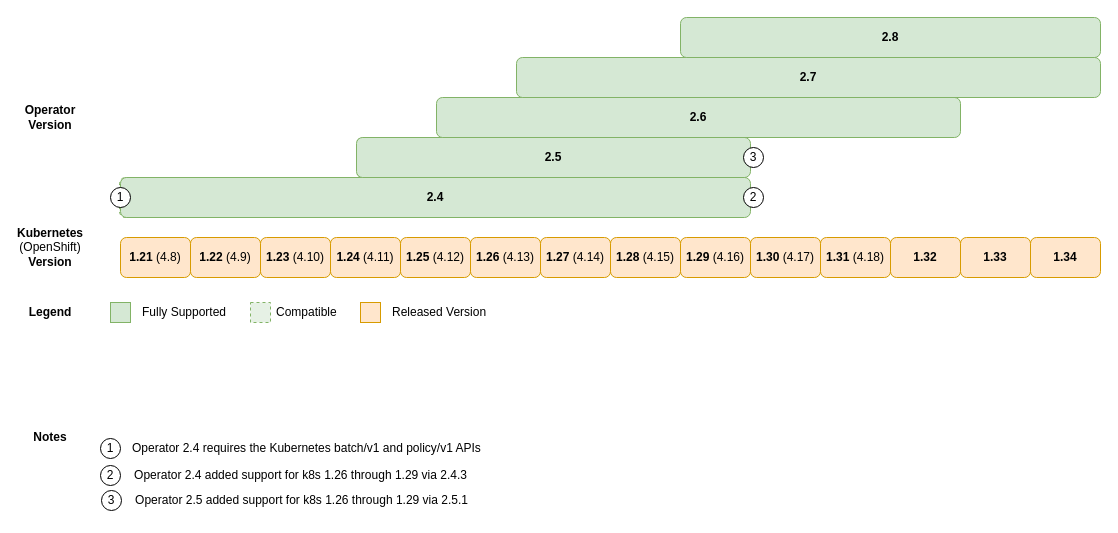
This is page "Compat Kuberentes" (1 of 3) of drawio-charts/k8s-compat.drawio from couchbase/docs-operator, a draw.io file, before an edit. Source tidied: cells renumbered, new cells numbered last; positions are measured from the earlier drawing's top-left corner, leaving out a move shared by most shapes. Both pictures are drawn from the tidied source at 100%, with x=0, y=0 at pixel (20, 17).
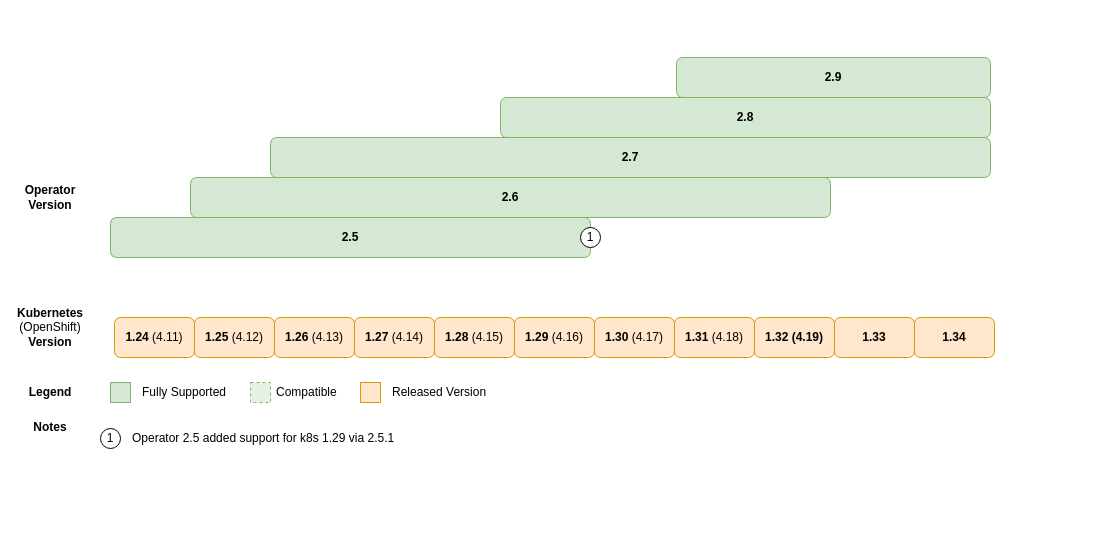
The same diagram, later.

Change to the diagram source:
```diff
@@
-    <mxCell id="2" style="rounded=1;whiteSpace=wrap;html=1;fillColor=#d5e8d4;strokeColor=#82b366;fillOpacity=60;dashed=1;" parent="1" vertex="1">
-      <mxGeometry x="99" y="160" width="397" height="40" as="geometry" />
-    </mxCell>
     <mxCell id="3" style="rounded=1;whiteSpace=wrap;html=1;fillColor=#d5e8d4;strokeColor=#82b366;fillOpacity=60;dashed=1;" parent="1" vertex="1">
-      <mxGeometry x="336" y="120" width="320" height="40" as="geometry" />
+      <mxGeometry x="90" y="200" width="320" height="40" as="geometry" />
     </mxCell>
-    <mxCell id="4" style="rounded=1;whiteSpace=wrap;html=1;fillColor=#d5e8d4;strokeColor=#82b366;fillOpacity=60;dashed=1;" parent="1" vertex="1">
-      <mxGeometry x="101" y="160" width="319" height="40" as="geometry" />
-    </mxCell>
-    <mxCell id="5" value="&lt;div&gt;&lt;b&gt;1.21&lt;/b&gt; (4.8)&lt;/div&gt;" style="rounded=1;whiteSpace=wrap;html=1;fillColor=#ffe6cc;strokeColor=#d79b00;" parent="1" vertex="1">
-      <mxGeometry x="100" y="220" width="70" height="40" as="geometry" />
-    </mxCell>
     <mxCell id="6" value="&lt;div&gt;&lt;b&gt;Operator&lt;/b&gt;&lt;/div&gt;&lt;div&gt;&lt;b&gt;Version&lt;br&gt;&lt;/b&gt;&lt;/div&gt;" style="text;html=1;strokeColor=none;fillColor=none;align=center;verticalAlign=middle;whiteSpace=wrap;rounded=0;rotation=0;" parent="1" vertex="1">
-      <mxGeometry x="10" y="90" width="40" height="20" as="geometry" />
+      <mxGeometry x="10" y="170" width="40" height="20" as="geometry" />
     </mxCell>
     <mxCell id="7" value="&lt;div&gt;&lt;b&gt;Kubernetes&lt;/b&gt;&lt;/div&gt;&lt;div&gt;(OpenShift)&lt;br&gt;&lt;/div&gt;&lt;div&gt;&lt;b&gt;Version&lt;br&gt;&lt;/b&gt;&lt;/div&gt;" style="text;html=1;strokeColor=none;fillColor=none;align=center;verticalAlign=middle;whiteSpace=wrap;rounded=0;rotation=0;" parent="1" vertex="1">
-      <mxGeometry x="10" y="220" width="40" height="20" as="geometry" />
+      <mxGeometry x="10" y="300" width="40" height="20" as="geometry" />
     </mxCell>
-    <mxCell id="8" value="&lt;div&gt;&lt;b&gt;1.22&lt;/b&gt; (4.9)&lt;br&gt;&lt;/div&gt;" style="rounded=1;whiteSpace=wrap;html=1;fillColor=#ffe6cc;strokeColor=#d79b00;" parent="1" vertex="1">
-      <mxGeometry x="170" y="220" width="70" height="40" as="geometry" />
-    </mxCell>
-    <mxCell id="9" value="&lt;div&gt;&lt;b&gt;1.23 &lt;/b&gt;(4.10)&lt;/div&gt;&lt;b&gt;&lt;/b&gt;" style="rounded=1;whiteSpace=wrap;html=1;fillColor=#ffe6cc;strokeColor=#d79b00;" parent="1" vertex="1">
-      <mxGeometry x="240" y="220" width="70" height="40" as="geometry" />
-    </mxCell>
     <mxCell id="10" value="&lt;b&gt;Legend&lt;/b&gt;" style="text;html=1;strokeColor=none;fillColor=none;align=center;verticalAlign=middle;whiteSpace=wrap;rounded=0;glass=0;" parent="1" vertex="1">
-      <mxGeometry y="280" width="60" height="30" as="geometry" />
+      <mxGeometry y="360" width="60" height="30" as="geometry" />
     </mxCell>
     <mxCell id="11" value="&lt;b&gt;Notes&lt;/b&gt;" style="text;html=1;strokeColor=none;fillColor=none;align=center;verticalAlign=middle;whiteSpace=wrap;rounded=0;glass=0;" parent="1" vertex="1">
-      <mxGeometry y="410" width="60" height="20" as="geometry" />
+      <mxGeometry y="400" width="60" height="20" as="geometry" />
     </mxCell>
     <mxCell id="12" style="rounded=0;whiteSpace=wrap;html=1;glass=0;align=left;fillColor=#d5e8d4;strokeColor=#82b366;" parent="1" vertex="1">
-      <mxGeometry x="90" y="285" width="20" height="20" as="geometry" />
+      <mxGeometry x="90" y="365" width="20" height="20" as="geometry" />
     </mxCell>
     <mxCell id="13" value="&lt;div align=&quot;left&quot;&gt;Fully Supported&lt;/div&gt;" style="text;html=1;strokeColor=none;fillColor=none;align=left;verticalAlign=middle;whiteSpace=wrap;rounded=0;glass=0;" parent="1" vertex="1">
-      <mxGeometry x="120" y="285" width="120" height="20" as="geometry" />
+      <mxGeometry x="120" y="365" width="120" height="20" as="geometry" />
     </mxCell>
     <mxCell id="14" style="rounded=0;whiteSpace=wrap;html=1;glass=0;align=left;fillColor=#d5e8d4;strokeColor=#82b366;fillOpacity=60;dashed=1;" parent="1" vertex="1">
-      <mxGeometry x="230" y="285" width="20" height="20" as="geometry" />
+      <mxGeometry x="230" y="365" width="20" height="20" as="geometry" />
     </mxCell>
     <mxCell id="15" value="Compatible" style="text;html=1;strokeColor=none;fillColor=none;align=left;verticalAlign=middle;whiteSpace=wrap;rounded=0;glass=0;" parent="1" vertex="1">
-      <mxGeometry x="254" y="285" width="76" height="20" as="geometry" />
+      <mxGeometry x="254" y="365" width="76" height="20" as="geometry" />
     </mxCell>
     <mxCell id="16" style="rounded=0;whiteSpace=wrap;html=1;glass=0;align=left;fillColor=#ffe6cc;strokeColor=#d79b00;fillOpacity=100;" parent="1" vertex="1">
-      <mxGeometry x="340" y="285" width="20" height="20" as="geometry" />
+      <mxGeometry x="340" y="365" width="20" height="20" as="geometry" />
     </mxCell>
     <mxCell id="17" value="Released Version" style="text;html=1;strokeColor=none;fillColor=none;align=left;verticalAlign=middle;whiteSpace=wrap;rounded=0;glass=0;" parent="1" vertex="1">
-      <mxGeometry x="370" y="285" width="120" height="20" as="geometry" />
+      <mxGeometry x="370" y="365" width="120" height="20" as="geometry" />
     </mxCell>
-    <mxCell id="18" value="&lt;b&gt;2.4&lt;/b&gt;" style="rounded=1;whiteSpace=wrap;html=1;fillColor=#d5e8d4;strokeColor=#82b366;" parent="1" vertex="1">
-      <mxGeometry x="100" y="160" width="630" height="40" as="geometry" />
-    </mxCell>
-    <mxCell id="19" value="1" style="ellipse;whiteSpace=wrap;html=1;glass=0;" parent="1" vertex="1">
-      <mxGeometry x="90" y="170" width="20" height="20" as="geometry" />
-    </mxCell>
     <mxCell id="20" value="1" style="ellipse;whiteSpace=wrap;html=1;glass=0;" parent="1" vertex="1">
-      <mxGeometry x="80" y="421" width="20" height="20" as="geometry" />
+      <mxGeometry x="80" y="411" width="20" height="20" as="geometry" />
     </mxCell>
-    <mxCell id="21" value="Operator 2.4 requires the Kubernetes batch/v1 and policy/v1 APIs" style="text;html=1;strokeColor=none;fillColor=none;align=left;verticalAlign=middle;whiteSpace=wrap;rounded=0;glass=0;" parent="1" vertex="1">
-      <mxGeometry x="110" y="421" width="470" height="20" as="geometry" />
+    <mxCell id="21" value="Operator 2.5 added support for k8s 1.29 via 2.5.1" style="text;html=1;strokeColor=none;fillColor=none;align=left;verticalAlign=middle;whiteSpace=wrap;rounded=0;glass=0;" parent="1" vertex="1">
+      <mxGeometry x="110" y="411" width="470" height="20" as="geometry" />
     </mxCell>
     <mxCell id="22" value="&lt;div&gt;&lt;b&gt;1.24&amp;nbsp;&lt;/b&gt;(4.11)&lt;/div&gt;&lt;b&gt;&lt;/b&gt;" style="rounded=1;whiteSpace=wrap;html=1;fillColor=#ffe6cc;strokeColor=#d79b00;" parent="1" vertex="1">
-      <mxGeometry x="310" y="220" width="70" height="40" as="geometry" />
+      <mxGeometry x="94" y="300" width="80" height="40" as="geometry" />
     </mxCell>
     <mxCell id="23" value="&lt;div&gt;&lt;b&gt;1.25&amp;nbsp;&lt;/b&gt;(4.12)&lt;/div&gt;&lt;b&gt;&lt;/b&gt;" style="rounded=1;whiteSpace=wrap;html=1;fillColor=#ffe6cc;strokeColor=#d79b00;" parent="1" vertex="1">
-      <mxGeometry x="380" y="220" width="70" height="40" as="geometry" />
+      <mxGeometry x="174" y="300" width="80" height="40" as="geometry" />
     </mxCell>
     <mxCell id="24" value="&lt;b&gt;1.26&lt;/b&gt; (4.13)" style="rounded=1;whiteSpace=wrap;html=1;fillColor=#ffe6cc;strokeColor=#d79b00;" parent="1" vertex="1">
-      <mxGeometry x="450" y="220" width="70" height="40" as="geometry" />
+      <mxGeometry x="254" y="300" width="80" height="40" as="geometry" />
     </mxCell>
     <mxCell id="25" value="&lt;b&gt;1.27&lt;/b&gt; (4.14)" style="rounded=1;whiteSpace=wrap;html=1;fillColor=#ffe6cc;strokeColor=#d79b00;" parent="1" vertex="1">
-      <mxGeometry x="520" y="220" width="70" height="40" as="geometry" />
+      <mxGeometry x="334" y="300" width="80" height="40" as="geometry" />
     </mxCell>
     <mxCell id="26" value="&lt;b&gt;2.5&lt;/b&gt;" style="rounded=1;whiteSpace=wrap;html=1;fillColor=#d5e8d4;strokeColor=#82b366;" parent="1" vertex="1">
-      <mxGeometry x="336" y="120" width="394" height="40" as="geometry" />
+      <mxGeometry x="90" y="200" width="480" height="40" as="geometry" />
     </mxCell>
     <mxCell id="27" value="&lt;b&gt;1.28&lt;/b&gt; (4.15)" style="rounded=1;whiteSpace=wrap;html=1;fillColor=#ffe6cc;strokeColor=#d79b00;" parent="1" vertex="1">
-      <mxGeometry x="590" y="220" width="70" height="40" as="geometry" />
+      <mxGeometry x="414" y="300" width="80" height="40" as="geometry" />
     </mxCell>
     <mxCell id="28" value="&lt;b&gt;2.6&lt;/b&gt;" style="rounded=1;whiteSpace=wrap;html=1;fillColor=#d5e8d4;strokeColor=#82b366;" parent="1" vertex="1">
-      <mxGeometry x="416" y="80" width="524" height="40" as="geometry" />
+      <mxGeometry x="170" y="160" width="640" height="40" as="geometry" />
     </mxCell>
     <mxCell id="29" value="&lt;b&gt;1.29 &lt;/b&gt;(4.16)" style="rounded=1;whiteSpace=wrap;html=1;fillColor=#ffe6cc;strokeColor=#d79b00;" parent="1" vertex="1">
-      <mxGeometry x="660" y="220" width="70" height="40" as="geometry" />
+      <mxGeometry x="494" y="300" width="80" height="40" as="geometry" />
     </mxCell>
-    <mxCell id="30" value="2" style="ellipse;whiteSpace=wrap;html=1;glass=0;" parent="1" vertex="1">
-      <mxGeometry x="723" y="170" width="20" height="20" as="geometry" />
-    </mxCell>
-    <mxCell id="31" value="2" style="ellipse;whiteSpace=wrap;html=1;glass=0;" parent="1" vertex="1">
-      <mxGeometry x="80" y="448" width="20" height="20" as="geometry" />
-    </mxCell>
-    <mxCell id="32" value="Operator 2.4 added support for k8s 1.26 through 1.29 via 2.4.3" style="text;html=1;align=center;verticalAlign=middle;strokeColor=none;fillColor=none;" parent="1" vertex="1">
-      <mxGeometry x="100" y="443" width="360" height="30" as="geometry" />
-    </mxCell>
     <mxCell id="33" value="&lt;b&gt;1.30 &lt;/b&gt;(4.17)" style="rounded=1;whiteSpace=wrap;html=1;fillColor=#ffe6cc;strokeColor=#d79b00;" parent="1" vertex="1">
-      <mxGeometry x="730" y="220" width="70" height="40" as="geometry" />
+      <mxGeometry x="574" y="300" width="80" height="40" as="geometry" />
     </mxCell>
     <mxCell id="34" value="&lt;b&gt;2.7&lt;/b&gt;" style="rounded=1;whiteSpace=wrap;html=1;fillColor=#d5e8d4;strokeColor=#82b366;" parent="1" vertex="1">
-      <mxGeometry x="496" y="40" width="584" height="40" as="geometry" />
+      <mxGeometry x="250" y="120" width="720" height="40" as="geometry" />
     </mxCell>
+    <mxCell id="42" value="&lt;b&gt;2.8&lt;/b&gt;" style="rounded=1;whiteSpace=wrap;html=1;fillColor=#d5e8d4;strokeColor=#82b366;" parent="1" vertex="1">
+      <mxGeometry x="480" y="80" width="490" height="40" as="geometry" />
+    </mxCell>
     <mxCell id="35" value="&lt;b&gt;1.31&lt;/b&gt;&amp;nbsp;(4.18)" style="rounded=1;whiteSpace=wrap;html=1;fillColor=#ffe6cc;strokeColor=#d79b00;" parent="1" vertex="1">
-      <mxGeometry x="800" y="220" width="70" height="40" as="geometry" />
+      <mxGeometry x="654" y="300" width="80" height="40" as="geometry" />
     </mxCell>
-    <mxCell id="36" value="3" style="ellipse;whiteSpace=wrap;html=1;glass=0;" parent="1" vertex="1">
-      <mxGeometry x="723" y="130" width="20" height="20" as="geometry" />
-    </mxCell>
-    <mxCell id="37" value="3" style="ellipse;whiteSpace=wrap;html=1;glass=0;" parent="1" vertex="1">
-      <mxGeometry x="81" y="473" width="20" height="20" as="geometry" />
-    </mxCell>
-    <mxCell id="38" value="Operator 2.5 added support for k8s 1.26 through 1.29 via 2.5.1" style="text;html=1;align=center;verticalAlign=middle;strokeColor=none;fillColor=none;" parent="1" vertex="1">
-      <mxGeometry x="101" y="468" width="360" height="30" as="geometry" />
-    </mxCell>
-    <mxCell id="39" value="&lt;b&gt;1.32&lt;/b&gt;" style="rounded=1;whiteSpace=wrap;html=1;fillColor=#ffe6cc;strokeColor=#d79b00;" parent="1" vertex="1">
-      <mxGeometry x="870" y="220" width="70" height="40" as="geometry" />
-    </mxCell>
+    <mxCell id="43" value="&lt;b&gt;1.32 (4.19)&lt;/b&gt;" style="rounded=1;whiteSpace=wrap;html=1;fillColor=#ffe6cc;strokeColor=#d79b00;" parent="1" vertex="1">
+      <mxGeometry x="734" y="300" width="80" height="40" as="geometry" />
+    </mxCell>
+    <mxCell id="19" value="1" style="ellipse;whiteSpace=wrap;html=1;glass=0;" parent="1" vertex="1">
+      <mxGeometry x="560" y="210" width="20" height="20" as="geometry" />
+    </mxCell>
+    <mxCell id="44" value="&lt;b&gt;2.9&lt;/b&gt;" style="rounded=1;whiteSpace=wrap;html=1;fillColor=#d5e8d4;strokeColor=#82b366;" parent="1" vertex="1">
+      <mxGeometry x="656" y="40" width="314" height="40" as="geometry" />
+    </mxCell>
     <mxCell id="40" value="&lt;b&gt;1.33&lt;/b&gt;" style="rounded=1;whiteSpace=wrap;html=1;fillColor=#ffe6cc;strokeColor=#d79b00;" parent="1" vertex="1">
-      <mxGeometry x="940" y="220" width="70" height="40" as="geometry" />
+      <mxGeometry x="814" y="300" width="80" height="40" as="geometry" />
     </mxCell>
     <mxCell id="41" value="&lt;b&gt;1.34&lt;/b&gt;" style="rounded=1;whiteSpace=wrap;html=1;fillColor=#ffe6cc;strokeColor=#d79b00;" parent="1" vertex="1">
-      <mxGeometry x="1010" y="220" width="70" height="40" as="geometry" />
+      <mxGeometry x="894" y="300" width="80" height="40" as="geometry" />
     </mxCell>
-    <mxCell id="42" value="&lt;b&gt;2.8&lt;/b&gt;" style="rounded=1;whiteSpace=wrap;html=1;fillColor=#d5e8d4;strokeColor=#82b366;" parent="1" vertex="1">
-      <mxGeometry x="660" width="420" height="40" as="geometry" />
-    </mxCell>
```
